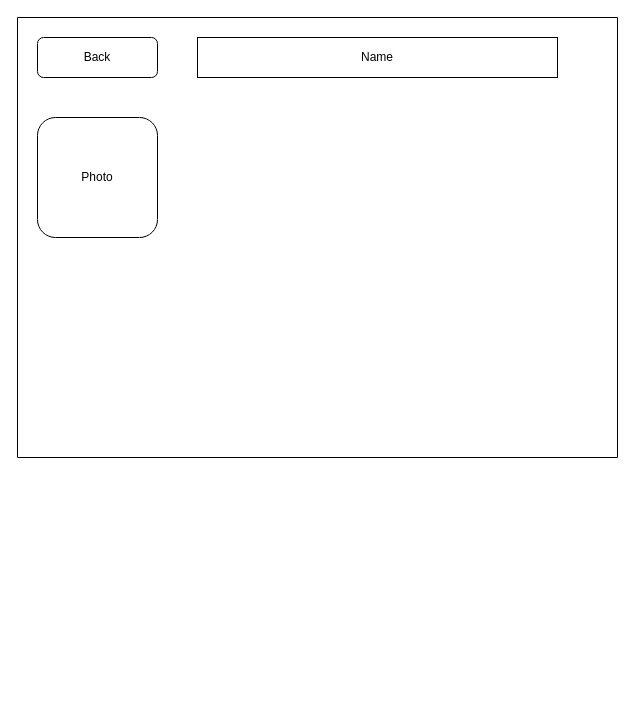
Earlier version of the draw.io diagram wireframe.dio (Agatsys/Product-list). Source tidied: cells renumbered, new cells numbered last; positions are measured from the earlier drawing's top-left corner, leaving out a move shared by most shapes. Both pictures are drawn from the tidied source at 100%, with x=0, y=0 at pixel (17, 17).
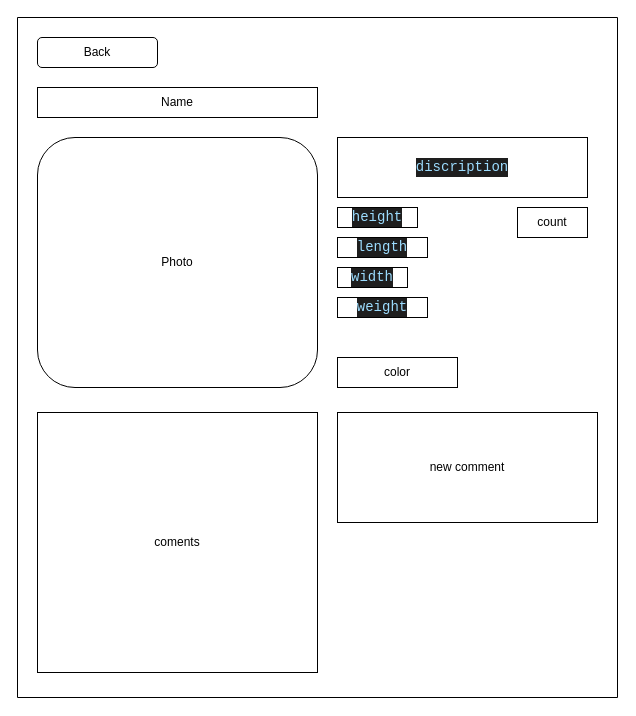
After the change.

Diff of the diagram source:
```diff
@@
     <mxCell id="2" value="Back" style="rounded=1;whiteSpace=wrap;html=1;" parent="1" vertex="1">
-      <mxGeometry x="20" y="20" width="120" height="40" as="geometry" />
+      <mxGeometry x="20" y="20" width="120" height="30" as="geometry" />
     </mxCell>
     <mxCell id="3" value="Photo" style="rounded=1;whiteSpace=wrap;html=1;" parent="1" vertex="1">
-      <mxGeometry x="20" y="100" width="120" height="120" as="geometry" />
+      <mxGeometry x="20" y="120" width="280" height="250" as="geometry" />
     </mxCell>
@@
     <mxCell id="5" style="endArrow=none;html=1;" parent="1" edge="1">
       <mxGeometry relative="1" as="geometry">
         <mxPoint as="sourcePoint" />
-        <mxPoint y="440" as="targetPoint" />
+        <mxPoint y="680" as="targetPoint" />
       </mxGeometry>
     </mxCell>
     <mxCell id="6" style="endArrow=none;html=1;" parent="1" edge="1">
       <mxGeometry relative="1" as="geometry">
-        <mxPoint x="600" y="440" as="sourcePoint" />
+        <mxPoint x="600" y="680" as="sourcePoint" />
         <mxPoint x="600" as="targetPoint" />
       </mxGeometry>
     </mxCell>
     <mxCell id="7" style="endArrow=none;html=1;" parent="1" edge="1">
       <mxGeometry relative="1" as="geometry">
-        <mxPoint y="440" as="sourcePoint" />
-        <mxPoint x="600" y="440" as="targetPoint" />
+        <mxPoint y="680" as="sourcePoint" />
+        <mxPoint x="600" y="680" as="targetPoint" />
       </mxGeometry>
     </mxCell>
     <mxCell id="8" value="Name" style="rounded=0;whiteSpace=wrap;html=1;" parent="1" vertex="1">
-      <mxGeometry x="180" y="20" width="360" height="40" as="geometry" />
+      <mxGeometry x="20" y="70" width="280" height="30" as="geometry" />
     </mxCell>
+    <mxCell id="9" value="color" style="rounded=0;whiteSpace=wrap;html=1;" parent="1" vertex="1">
+      <mxGeometry x="320" y="340" width="120" height="30" as="geometry" />
+    </mxCell>
+    <mxCell id="10" value="coments" style="rounded=0;whiteSpace=wrap;html=1;" parent="1" vertex="1">
+      <mxGeometry x="20" y="395" width="280" height="260" as="geometry" />
+    </mxCell>
+    <mxCell id="11" value="new comment" style="rounded=0;whiteSpace=wrap;html=1;" parent="1" vertex="1">
+      <mxGeometry x="320" y="395" width="260" height="110" as="geometry" />
+    </mxCell>
+    <mxCell id="12" value="count" style="rounded=0;whiteSpace=wrap;html=1;" parent="1" vertex="1">
+      <mxGeometry x="500" y="190" width="70" height="30" as="geometry" />
+    </mxCell>
+    <mxCell id="13" value="&lt;div style=&quot;color: rgb(212 , 212 , 212) ; background-color: rgb(30 , 30 , 30) ; font-family: &amp;#34;consolas&amp;#34; , &amp;#34;courier new&amp;#34; , monospace ; font-size: 14px ; line-height: 19px&quot;&gt;&lt;span style=&quot;color: #9cdcfe&quot;&gt;width&lt;/span&gt;&lt;/div&gt;" style="rounded=0;whiteSpace=wrap;html=1;" parent="1" vertex="1">
+      <mxGeometry x="320" y="250" width="70" height="20" as="geometry" />
+    </mxCell>
+    <mxCell id="14" value="&lt;div style=&quot;color: rgb(212 , 212 , 212) ; background-color: rgb(30 , 30 , 30) ; font-family: &amp;#34;consolas&amp;#34; , &amp;#34;courier new&amp;#34; , monospace ; font-size: 14px ; line-height: 19px&quot;&gt;&lt;span style=&quot;color: #9cdcfe&quot;&gt;height&lt;/span&gt;&lt;/div&gt;" style="rounded=0;whiteSpace=wrap;html=1;" parent="1" vertex="1">
+      <mxGeometry x="320" y="190" width="80" height="20" as="geometry" />
+    </mxCell>
+    <mxCell id="15" value="&lt;div style=&quot;color: rgb(212 , 212 , 212) ; background-color: rgb(30 , 30 , 30) ; font-family: &amp;#34;consolas&amp;#34; , &amp;#34;courier new&amp;#34; , monospace ; font-size: 14px ; line-height: 19px&quot;&gt;&lt;span style=&quot;color: #9cdcfe&quot;&gt;length&lt;/span&gt;&lt;/div&gt;" style="rounded=0;whiteSpace=wrap;html=1;" parent="1" vertex="1">
+      <mxGeometry x="320" y="220" width="90" height="20" as="geometry" />
+    </mxCell>
+    <mxCell id="16" value="&lt;div style=&quot;color: rgb(212 , 212 , 212) ; background-color: rgb(30 , 30 , 30) ; font-family: &amp;#34;consolas&amp;#34; , &amp;#34;courier new&amp;#34; , monospace ; font-size: 14px ; line-height: 19px&quot;&gt;&lt;span style=&quot;color: #9cdcfe&quot;&gt;weight&lt;/span&gt;&lt;/div&gt;" style="rounded=0;whiteSpace=wrap;html=1;" parent="1" vertex="1">
+      <mxGeometry x="320" y="280" width="90" height="20" as="geometry" />
+    </mxCell>
+    <mxCell id="17" value="&lt;div style=&quot;color: rgb(212 , 212 , 212) ; background-color: rgb(30 , 30 , 30) ; font-family: &amp;#34;consolas&amp;#34; , &amp;#34;courier new&amp;#34; , monospace ; font-size: 14px ; line-height: 19px&quot;&gt;&lt;span style=&quot;color: #9cdcfe&quot;&gt;discription&lt;/span&gt;&lt;/div&gt;" style="rounded=0;whiteSpace=wrap;html=1;" parent="1" vertex="1">
+      <mxGeometry x="320" y="120" width="250" height="60" as="geometry" />
+    </mxCell>
```
